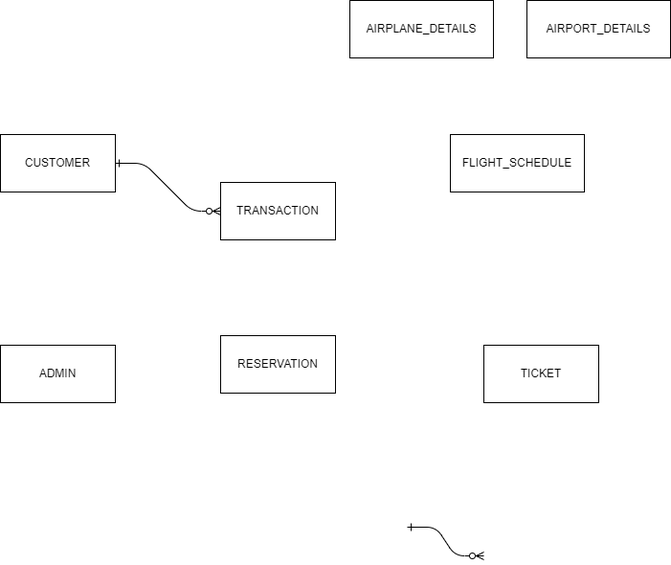
Before: AIRLINE RESERVATION SYSTEM.drawio.png, a diagram exported from draw.io (abhinav162/Diagrams). Source tidied: cells renumbered, new cells last; positions are measured from the earlier drawing's top-left corner, leaving out a move shared by most shapes.
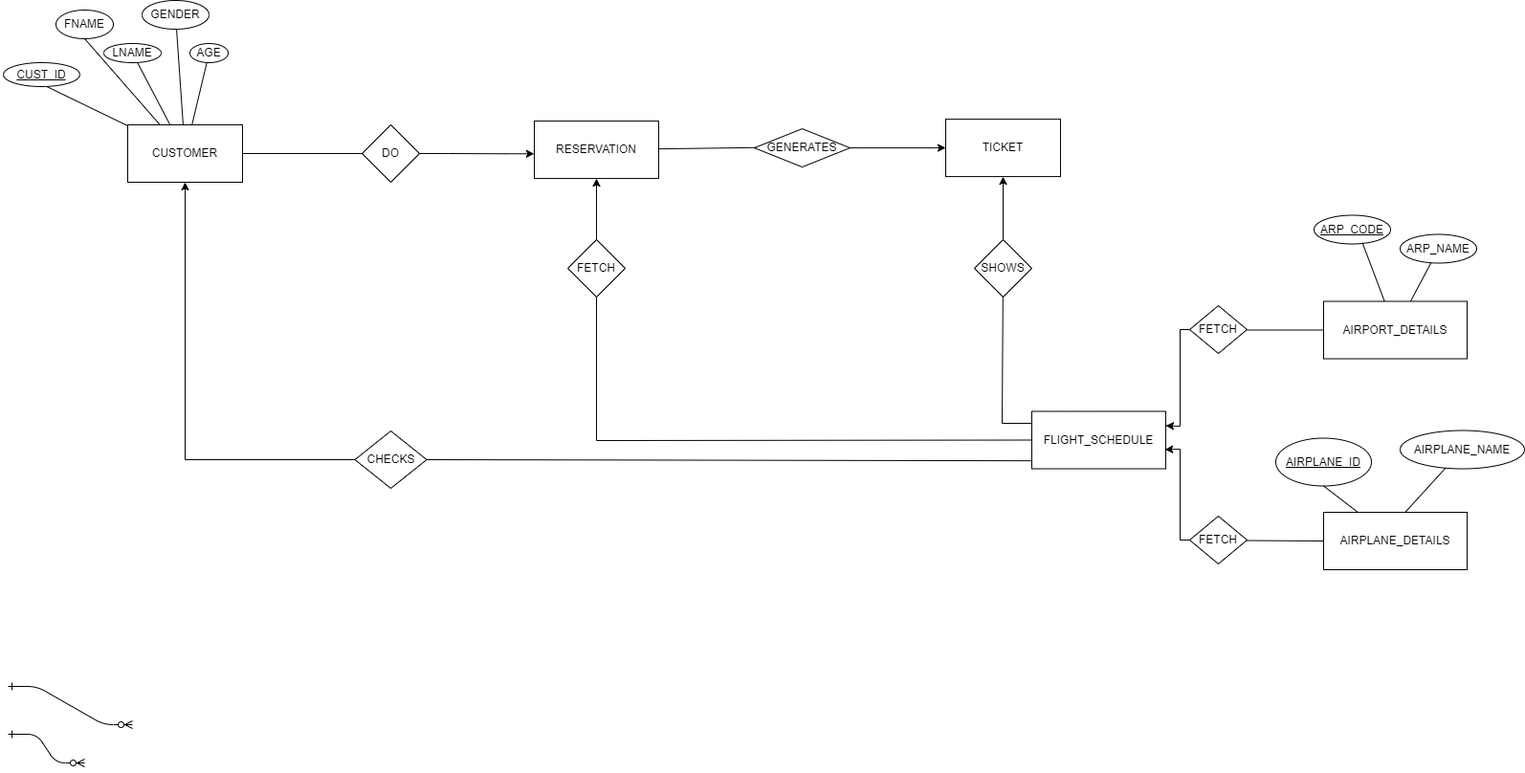
The same file after the commit.

Diff of the diagram source:
```diff
@@ -4,36 +4,181 @@
     <mxCell id="1" parent="0" />
     <mxCell id="2" style="edgeStyle=entityRelationEdgeStyle;endArrow=ERzeroToMany;startArrow=ERone;endFill=1;startFill=0;" parent="1" edge="1">
       <mxGeometry relative="1" as="geometry">
-        <mxPoint x="425" y="550" as="sourcePoint" />
-        <mxPoint x="505" y="580" as="targetPoint" />
+        <mxPoint x="-55" y="960" as="sourcePoint" />
+        <mxPoint x="25" y="990" as="targetPoint" />
       </mxGeometry>
     </mxCell>
-    <mxCell id="3" style="edgeStyle=entityRelationEdgeStyle;endArrow=ERzeroToMany;startArrow=ERone;endFill=1;startFill=0;entryX=0;entryY=0.5;entryDx=0;entryDy=0;exitX=1;exitY=0.5;exitDx=0;exitDy=0;" parent="1" edge="1" source="4" target="11">
-      <mxGeometry relative="1" as="geometry" />
+    <mxCell id="3" style="edgeStyle=entityRelationEdgeStyle;endArrow=ERzeroToMany;startArrow=ERone;endFill=1;startFill=0;" parent="1" edge="1">
+      <mxGeometry relative="1" as="geometry">
+        <mxPoint x="-55" y="910" as="sourcePoint" />
+        <mxPoint x="75" y="950" as="targetPoint" />
+      </mxGeometry>
     </mxCell>
     <mxCell id="4" value="CUSTOMER" style="rounded=0;whiteSpace=wrap;html=1;" parent="1" vertex="1">
-      <mxGeometry y="140" width="120" height="60" as="geometry" />
+      <mxGeometry x="70" y="323" width="120" height="60" as="geometry" />
     </mxCell>
-    <mxCell id="5" value="ADMIN" style="rounded=0;whiteSpace=wrap;html=1;" parent="1" vertex="1">
-      <mxGeometry y="360" width="120" height="60" as="geometry" />
-    </mxCell>
     <mxCell id="6" value="AIRPORT_DETAILS" style="rounded=0;whiteSpace=wrap;html=1;" parent="1" vertex="1">
-      <mxGeometry x="550" width="150" height="60" as="geometry" />
+      <mxGeometry x="1320" y="507.5" width="150" height="60" as="geometry" />
     </mxCell>
     <mxCell id="7" value="AIRPLANE_DETAILS" style="rounded=0;whiteSpace=wrap;html=1;" parent="1" vertex="1">
-      <mxGeometry x="365" width="150" height="60" as="geometry" />
+      <mxGeometry x="1320" y="728" width="150" height="60" as="geometry" />
     </mxCell>
     <mxCell id="8" value="FLIGHT_SCHEDULE" style="rounded=0;whiteSpace=wrap;html=1;" parent="1" vertex="1">
-      <mxGeometry x="470" y="140" width="140" height="60" as="geometry" />
+      <mxGeometry x="1015" y="622.5" width="140" height="60" as="geometry" />
     </mxCell>
     <mxCell id="9" value="TICKET" style="rounded=0;whiteSpace=wrap;html=1;" parent="1" vertex="1">
-      <mxGeometry x="505" y="360" width="120" height="60" as="geometry" />
+      <mxGeometry x="925" y="317.1" width="120" height="60" as="geometry" />
     </mxCell>
     <mxCell id="10" value="RESERVATION" style="rounded=0;whiteSpace=wrap;html=1;" parent="1" vertex="1">
-      <mxGeometry x="230" y="350" width="120" height="60" as="geometry" />
+      <mxGeometry x="495" y="319.1" width="130" height="60" as="geometry" />
     </mxCell>
-    <mxCell id="11" value="TRANSACTION" style="rounded=0;whiteSpace=wrap;html=1;" parent="1" vertex="1">
-      <mxGeometry x="230" y="190" width="120" height="60" as="geometry" />
-    </mxCell>
+    <mxCell id="12" value="&lt;u&gt;CUST_ID&lt;/u&gt;" style="ellipse;whiteSpace=wrap;html=1;" parent="1" vertex="1">
+      <mxGeometry x="-60" y="258" width="80" height="25" as="geometry" />
+    </mxCell>
+    <mxCell id="13" value="FNAME" style="ellipse;whiteSpace=wrap;html=1;" parent="1" vertex="1">
+      <mxGeometry x="-5" y="203" width="60" height="30" as="geometry" />
+    </mxCell>
+    <mxCell id="14" value="LNAME" style="ellipse;whiteSpace=wrap;html=1;" parent="1" vertex="1">
+      <mxGeometry x="45" y="238" width="60" height="20" as="geometry" />
+    </mxCell>
+    <mxCell id="15" value="GENDER" style="ellipse;whiteSpace=wrap;html=1;" parent="1" vertex="1">
+      <mxGeometry x="85" y="193" width="70" height="30" as="geometry" />
+    </mxCell>
+    <mxCell id="16" value="AGE" style="ellipse;whiteSpace=wrap;html=1;" parent="1" vertex="1">
+      <mxGeometry x="135" y="238" width="40" height="20" as="geometry" />
+    </mxCell>
+    <mxCell id="17" value="&lt;u&gt;ARP_CODE&lt;/u&gt;" style="ellipse;whiteSpace=wrap;html=1;" parent="1" vertex="1">
+      <mxGeometry x="1310" y="417.5" width="80" height="30" as="geometry" />
+    </mxCell>
+    <mxCell id="18" value="ARP_NAME" style="ellipse;whiteSpace=wrap;html=1;" parent="1" vertex="1">
+      <mxGeometry x="1400" y="437.5" width="80" height="30" as="geometry" />
+    </mxCell>
+    <mxCell id="19" value="&lt;u&gt;AIRPLANE_ID&lt;br&gt;&lt;/u&gt;" style="ellipse;whiteSpace=wrap;html=1;" parent="1" vertex="1">
+      <mxGeometry x="1270" y="650.5" width="100" height="50" as="geometry" />
+    </mxCell>
+    <mxCell id="20" value="AIRPLANE_NAME" style="ellipse;whiteSpace=wrap;html=1;" parent="1" vertex="1">
+      <mxGeometry x="1400" y="642.5" width="130" height="40" as="geometry" />
+    </mxCell>
+    <mxCell id="21" style="edgeStyle=entityRelationEdgeStyle;rounded=0;jettySize=auto;html=1;exitX=1;exitY=0.5;exitDx=0;exitDy=0;entryX=-0.001;entryY=0.57;entryDx=0;entryDy=0;entryPerimeter=0;" parent="1" edge="1" source="22" target="10">
+      <mxGeometry relative="1" as="geometry" />
+    </mxCell>
+    <mxCell id="22" value="DO" style="rhombus;whiteSpace=wrap;html=1;" parent="1" vertex="1">
+      <mxGeometry x="315" y="323" width="60" height="60" as="geometry" />
+    </mxCell>
+    <mxCell id="23" value="GENERATES" style="rhombus;whiteSpace=wrap;html=1;" parent="1" vertex="1">
+      <mxGeometry x="725" y="327.1" width="100" height="40" as="geometry" />
+    </mxCell>
+    <mxCell id="24" style="endArrow=classic;html=1;rounded=0;exitX=1;exitY=0.5;exitDx=0;exitDy=0;entryX=0;entryY=0.5;entryDx=0;entryDy=0;noEdgeStyle=1;orthogonal=1;" parent="1" edge="1" source="23" target="9">
+      <mxGeometry relative="1" as="geometry">
+        <Array as="points">
+          <mxPoint x="837" y="347.1" />
+          <mxPoint x="913" y="347.1" />
+        </Array>
+      </mxGeometry>
+    </mxCell>
+    <mxCell id="25" value="CHECKS" style="rhombus;whiteSpace=wrap;html=1;" parent="1" vertex="1">
+      <mxGeometry x="307.5" y="643" width="75" height="60" as="geometry" />
+    </mxCell>
+    <mxCell id="26" style="endArrow=none;html=1;rounded=0;entryX=0.5;entryY=1;entryDx=0;entryDy=0;" parent="1" edge="1" source="7" target="19">
+      <mxGeometry relative="1" as="geometry" />
+    </mxCell>
+    <mxCell id="27" style="endArrow=none;html=1;rounded=0;exitX=0.569;exitY=-0.002;exitDx=0;exitDy=0;exitPerimeter=0;" parent="1" edge="1" source="7" target="20">
+      <mxGeometry relative="1" as="geometry" />
+    </mxCell>
+    <mxCell id="28" style="endArrow=none;html=1;rounded=0;entryX=0.632;entryY=0.958;entryDx=0;entryDy=0;entryPerimeter=0;" parent="1" edge="1" source="6" target="17">
+      <mxGeometry relative="1" as="geometry" />
+    </mxCell>
+    <mxCell id="29" style="endArrow=none;html=1;rounded=0;" parent="1" edge="1" source="6" target="18">
+      <mxGeometry relative="1" as="geometry" />
+    </mxCell>
+    <mxCell id="30" style="endArrow=none;html=1;rounded=0;entryX=0.57;entryY=1.005;entryDx=0;entryDy=0;entryPerimeter=0;" parent="1" edge="1" source="4" target="12">
+      <mxGeometry relative="1" as="geometry" />
+    </mxCell>
+    <mxCell id="31" style="endArrow=none;html=1;rounded=0;entryX=0.5;entryY=1;entryDx=0;entryDy=0;" parent="1" edge="1" source="4" target="13">
+      <mxGeometry relative="1" as="geometry" />
+    </mxCell>
+    <mxCell id="32" style="endArrow=none;html=1;rounded=0;" parent="1" edge="1" source="4" target="14">
+      <mxGeometry relative="1" as="geometry" />
+    </mxCell>
+    <mxCell id="33" style="endArrow=none;html=1;rounded=0;" parent="1" edge="1" source="4" target="15">
+      <mxGeometry relative="1" as="geometry" />
+    </mxCell>
+    <mxCell id="34" style="endArrow=none;html=1;rounded=0;" parent="1" edge="1" source="4" target="16">
+      <mxGeometry relative="1" as="geometry" />
+    </mxCell>
+    <mxCell id="35" style="endArrow=none;html=1;rounded=0;entryX=0;entryY=0.5;entryDx=0;entryDy=0;" parent="1" edge="1" source="4" target="22">
+      <mxGeometry relative="1" as="geometry" />
+    </mxCell>
+    <mxCell id="36" style="endArrow=none;html=1;rounded=0;entryX=0.019;entryY=0.492;entryDx=0;entryDy=0;entryPerimeter=0;" parent="1" edge="1" source="10" target="23">
+      <mxGeometry relative="1" as="geometry" />
+    </mxCell>
+    <mxCell id="37" style="endArrow=classic;html=1;rounded=0;entryX=0.5;entryY=1;entryDx=0;entryDy=0;exitX=0;exitY=0.5;exitDx=0;exitDy=0;" parent="1" edge="1" source="25" target="4">
+      <mxGeometry relative="1" as="geometry">
+        <Array as="points">
+          <mxPoint x="130" y="673" />
+        </Array>
+      </mxGeometry>
+    </mxCell>
+    <mxCell id="38" style="endArrow=none;html=1;rounded=0;entryX=-0.004;entryY=0.861;entryDx=0;entryDy=0;exitX=1;exitY=0.5;exitDx=0;exitDy=0;entryPerimeter=0;" parent="1" edge="1" source="25" target="8">
+      <mxGeometry relative="1" as="geometry" />
+    </mxCell>
+    <mxCell id="39" value="SHOWS" style="rhombus;whiteSpace=wrap;html=1;" parent="1" vertex="1">
+      <mxGeometry x="955" y="443" width="60" height="60" as="geometry" />
+    </mxCell>
+    <mxCell id="40" style="endArrow=classic;html=1;rounded=0;entryX=0.5;entryY=1;entryDx=0;entryDy=0;" parent="1" edge="1" source="39" target="9">
+      <mxGeometry relative="1" as="geometry" />
+    </mxCell>
+    <mxCell id="41" style="endArrow=none;html=1;rounded=0;entryX=0.5;entryY=1;entryDx=0;entryDy=0;exitX=0;exitY=0.5;exitDx=0;exitDy=0;" parent="1" edge="1" source="8" target="42">
+      <mxGeometry relative="1" as="geometry">
+        <Array as="points">
+          <mxPoint x="560" y="653" />
+        </Array>
+      </mxGeometry>
+    </mxCell>
+    <mxCell id="42" value="FETCH" style="rhombus;whiteSpace=wrap;html=1;" parent="1" vertex="1">
+      <mxGeometry x="530" y="443" width="60" height="60" as="geometry" />
+    </mxCell>
+    <mxCell id="43" style="endArrow=classic;html=1;rounded=0;entryX=0.5;entryY=1;entryDx=0;entryDy=0;" parent="1" edge="1" source="42" target="10">
+      <mxGeometry relative="1" as="geometry" />
+    </mxCell>
+    <mxCell id="44" style="endArrow=none;html=1;rounded=0;exitX=0.001;exitY=0.208;exitDx=0;exitDy=0;exitPerimeter=0;" parent="1" edge="1" source="8" target="39">
+      <mxGeometry relative="1" as="geometry">
+        <Array as="points">
+          <mxPoint x="984" y="635" />
+        </Array>
+      </mxGeometry>
+    </mxCell>
+    <mxCell id="45" value="FETCH" style="rhombus;whiteSpace=wrap;html=1;" parent="1" vertex="1">
+      <mxGeometry x="1180" y="512" width="60" height="50" as="geometry" />
+    </mxCell>
+    <mxCell id="46" value="FETCH" style="rhombus;whiteSpace=wrap;html=1;" parent="1" vertex="1">
+      <mxGeometry x="1180" y="732" width="60" height="50" as="geometry" />
+    </mxCell>
+    <mxCell id="47" style="endArrow=classic;html=1;rounded=0;entryX=1;entryY=0.25;entryDx=0;entryDy=0;" parent="1" edge="1" source="45" target="8">
+      <mxGeometry relative="1" as="geometry">
+        <Array as="points">
+          <mxPoint x="1170" y="537" />
+          <mxPoint x="1170" y="638" />
+        </Array>
+      </mxGeometry>
+    </mxCell>
+    <mxCell id="48" style="endArrow=classic;html=1;rounded=0;entryX=0.994;entryY=0.665;entryDx=0;entryDy=0;entryPerimeter=0;" parent="1" edge="1" source="46" target="8">
+      <mxGeometry relative="1" as="geometry">
+        <Array as="points">
+          <mxPoint x="1170" y="757" />
+          <mxPoint x="1170" y="662" />
+        </Array>
+      </mxGeometry>
+    </mxCell>
+    <mxCell id="49" style="endArrow=none;html=1;rounded=0;entryX=0;entryY=0.5;entryDx=0;entryDy=0;exitX=1;exitY=0.5;exitDx=0;exitDy=0;" parent="1" edge="1" target="7">
+      <mxGeometry relative="1" as="geometry">
+        <mxPoint x="1240" y="757.5" as="sourcePoint" />
+      </mxGeometry>
+    </mxCell>
+    <mxCell id="50" style="endArrow=none;html=1;rounded=0;entryX=0;entryY=0.5;entryDx=0;entryDy=0;" parent="1" edge="1" target="6">
+      <mxGeometry relative="1" as="geometry">
+        <mxPoint x="1240" y="537.5" as="sourcePoint" />
+      </mxGeometry>
+    </mxCell>
   </root>
 </mxGraphModel>
```
